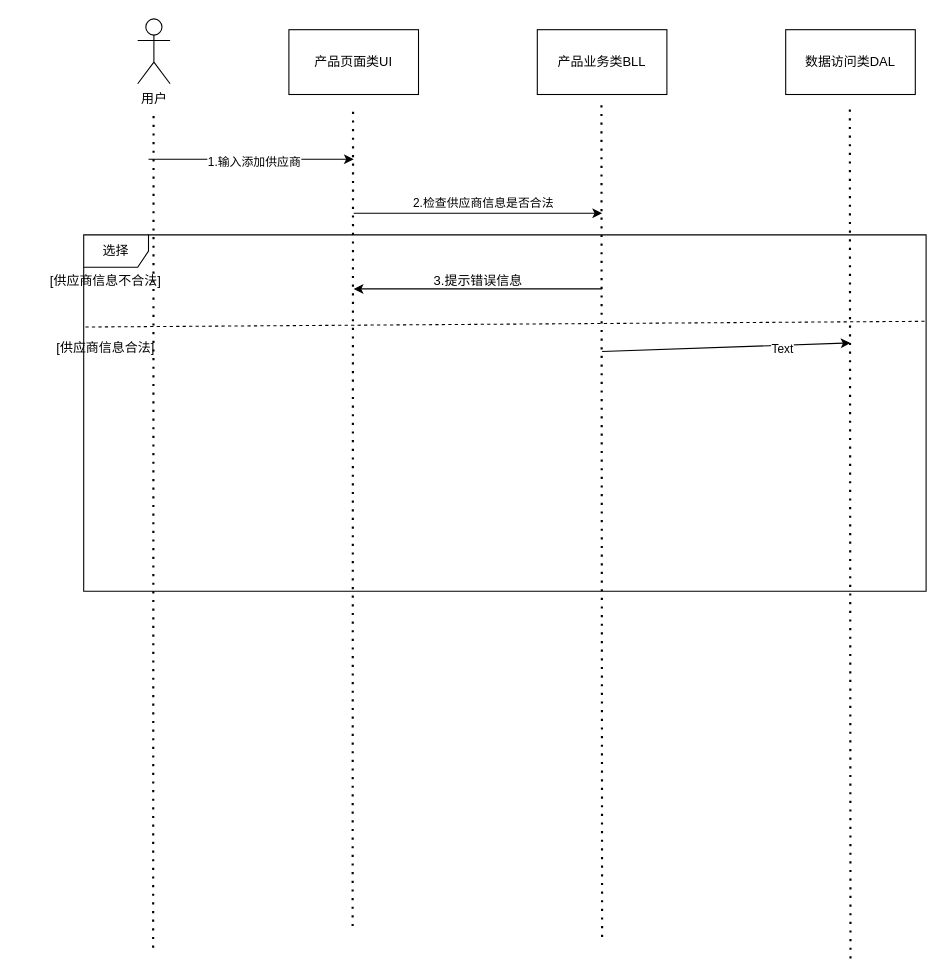
Above: 供应商管理.drawio in Gannju/remote-repo (draw.io), before the change. Source tidied: cells renumbered, new cells numbered last; positions are measured from the earlier drawing's top-left corner, leaving out a move shared by most shapes. Both pictures are drawn from the tidied source at 108%, with x=0, y=0 at pixel (35, 18).
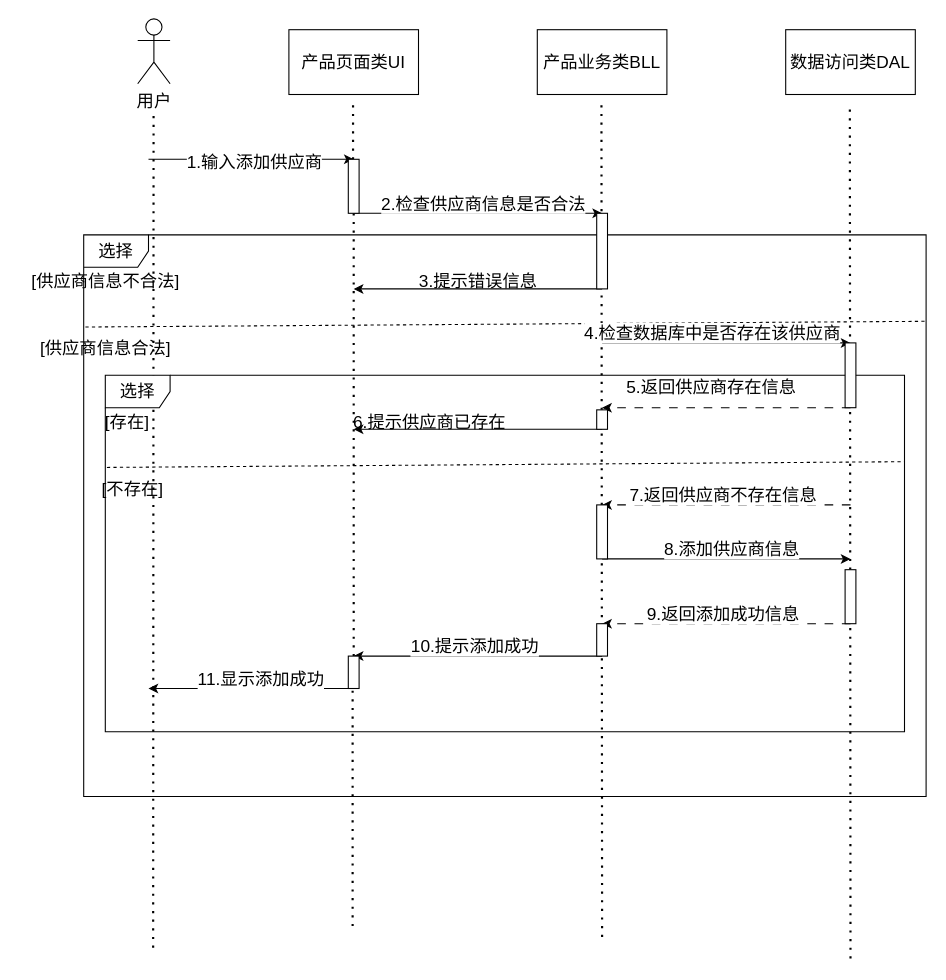
Above is the later version.

Commit message (it also covers changes not shown here):
供应商管理.drawio

Diff of the diagram source:
```diff
@@
-    <mxCell id="2" value="用户" style="shape=umlActor;verticalLabelPosition=bottom;verticalAlign=top;html=1;" parent="1" vertex="1">
+    <mxCell id="2" value="用户" style="shape=umlActor;verticalLabelPosition=bottom;verticalAlign=top;html=1;fontSize=16;" parent="1" vertex="1">
       <mxGeometry x="95" width="30" height="60" as="geometry" />
     </mxCell>
-    <mxCell id="3" value="产品页面类UI" style="rounded=0;whiteSpace=wrap;html=1;" parent="1" vertex="1">
+    <mxCell id="3" value="产品页面类UI" style="rounded=0;whiteSpace=wrap;html=1;fontSize=16;" parent="1" vertex="1">
       <mxGeometry x="235" y="10" width="120" height="60" as="geometry" />
     </mxCell>
-    <mxCell id="4" value="产品业务类BLL" style="rounded=0;whiteSpace=wrap;html=1;" parent="1" vertex="1">
+    <mxCell id="4" value="产品业务类BLL" style="rounded=0;whiteSpace=wrap;html=1;fontSize=16;" parent="1" vertex="1">
       <mxGeometry x="465" y="10" width="120" height="60" as="geometry" />
     </mxCell>
-    <mxCell id="5" value="数据访问类DAL" style="rounded=0;whiteSpace=wrap;html=1;" parent="1" vertex="1">
+    <mxCell id="5" value="数据访问类DAL" style="rounded=0;whiteSpace=wrap;html=1;fontSize=16;" parent="1" vertex="1">
       <mxGeometry x="695" y="10" width="120" height="60" as="geometry" />
     </mxCell>
@@
-    <mxCell id="7" style="endArrow=none;dashed=1;html=1;dashPattern=1 3;strokeWidth=2;rounded=0;" parent="1" edge="1">
+    <mxCell id="7" style="endArrow=none;dashed=1;html=1;dashPattern=1 3;strokeWidth=2;rounded=0;" parent="1" edge="1" source="41">
       <mxGeometry relative="1" as="geometry">
-        <mxPoint x="294" y="840" as="sourcePoint" />
         <mxPoint x="294.4" y="80" as="targetPoint" />
       </mxGeometry>
     </mxCell>
@@
-    <mxCell id="10" style="endArrow=classic;html=1;rounded=0;" parent="1" edge="1">
+    <mxCell id="10" style="endArrow=classic;html=1;rounded=0;fontSize=16;" parent="1" edge="1">
       <mxGeometry relative="1" as="geometry">
         <mxPoint x="105" y="130" as="sourcePoint" />
         <mxPoint x="295" y="130" as="targetPoint" />
       </mxGeometry>
     </mxCell>
-    <mxCell id="11" value="1.输入添加供应商" style="edgeLabel;html=1;align=center;verticalAlign=middle;" parent="10" vertex="1">
+    <mxCell id="11" value="1.输入添加供应商" style="edgeLabel;html=1;align=center;verticalAlign=middle;fontSize=16;" parent="10" vertex="1">
       <mxGeometry x="0.02" y="-2" relative="1" as="geometry" />
     </mxCell>
-    <mxCell id="12" style="endArrow=classic;html=1;rounded=0;" parent="1" edge="1">
+    <mxCell id="12" style="endArrow=classic;html=1;rounded=0;fontSize=16;" parent="1" edge="1">
       <mxGeometry relative="1" as="geometry">
         <mxPoint x="295" y="180" as="sourcePoint" />
         <mxPoint x="525" y="180" as="targetPoint" />
       </mxGeometry>
     </mxCell>
-    <mxCell id="13" value="2.检查供应商信息是否合法" style="edgeLabel;html=1;align=center;verticalAlign=middle;" parent="12" vertex="1">
+    <mxCell id="13" value="2.检查供应商信息是否合法" style="edgeLabel;html=1;align=center;verticalAlign=middle;fontSize=16;" parent="12" vertex="1">
       <mxGeometry x="0.41" y="-4" relative="1" as="geometry">
         <mxPoint x="-43" y="-14" as="offset" />
       </mxGeometry>
     </mxCell>
-    <mxCell id="14" value="选择" style="shape=umlFrame;whiteSpace=wrap;html=1;" parent="1" vertex="1">
-      <mxGeometry x="45" y="200" width="780" height="330" as="geometry" />
+    <mxCell id="14" value="选择" style="shape=umlFrame;whiteSpace=wrap;html=1;shadow=0;fontSize=16;" parent="1" vertex="1">
+      <mxGeometry x="45" y="200" width="780" height="520" as="geometry" />
     </mxCell>
-    <mxCell id="15" style="endArrow=none;dashed=1;html=1;rounded=0;entryX=0.999;entryY=0.326;entryDx=0;entryDy=0;entryPerimeter=0;exitX=0.001;exitY=0.342;exitDx=0;exitDy=0;exitPerimeter=0;" parent="1" edge="1">
+    <mxCell id="15" style="endArrow=none;dashed=1;html=1;rounded=0;entryX=0.999;entryY=0.326;entryDx=0;entryDy=0;entryPerimeter=0;exitX=0.001;exitY=0.342;exitDx=0;exitDy=0;exitPerimeter=0;fontSize=16;" parent="1" edge="1">
       <mxGeometry relative="1" as="geometry">
         <mxPoint x="46.6" y="285.3" as="sourcePoint" />
         <mxPoint x="825" y="280" as="targetPoint" />
       </mxGeometry>
     </mxCell>
-    <mxCell id="16" value="[供应商信息不合法]" style="text;html=1;align=center;verticalAlign=middle;strokeColor=none;fillColor=none;" parent="1" vertex="1">
-      <mxGeometry y="228" width="130" height="30" as="geometry" />
+    <mxCell id="16" value="[供应商信息不合法]" style="text;html=1;align=center;verticalAlign=middle;strokeColor=none;fillColor=none;fontSize=16;" parent="1" vertex="1">
+      <mxGeometry x="-15" y="228" width="160" height="30" as="geometry" />
     </mxCell>
-    <mxCell id="17" value="[供应商信息合法]" style="text;html=1;align=center;verticalAlign=middle;strokeColor=none;fillColor=none;" parent="1" vertex="1">
-      <mxGeometry x="10" y="290" width="110" height="30" as="geometry" />
+    <mxCell id="17" value="[供应商信息合法]" style="text;html=1;align=center;verticalAlign=middle;strokeColor=none;fillColor=none;fontSize=16;" parent="1" vertex="1">
+      <mxGeometry x="-5" y="290" width="140" height="30" as="geometry" />
     </mxCell>
-    <mxCell id="18" value="3.提示错误信息" style="text;html=1;align=center;verticalAlign=middle;strokeColor=none;fillColor=none;" parent="1" vertex="1">
-      <mxGeometry x="355" y="228" width="110" height="30" as="geometry" />
+    <mxCell id="18" value="3.提示错误信息" style="text;html=1;align=center;verticalAlign=middle;strokeColor=none;fillColor=none;fontSize=16;" parent="1" vertex="1">
+      <mxGeometry x="345" y="228" width="130" height="30" as="geometry" />
     </mxCell>
-    <mxCell id="19" style="endArrow=classic;html=1;rounded=0;" parent="1" edge="1">
+    <mxCell id="19" style="endArrow=classic;html=1;rounded=0;fontSize=16;" parent="1" edge="1">
       <mxGeometry relative="1" as="geometry">
-        <mxPoint x="525" y="308" as="sourcePoint" />
+        <mxPoint x="525" y="300" as="sourcePoint" />
         <mxPoint x="755" y="300" as="targetPoint" />
+        <Array as="points">
+          <mxPoint x="625" y="300" />
+        </Array>
       </mxGeometry>
     </mxCell>
-    <mxCell id="20" value="Text" style="edgeLabel;html=1;align=center;verticalAlign=middle;" parent="19" vertex="1">
-      <mxGeometry x="0.44" y="-3" relative="1" as="geometry" />
+    <mxCell id="20" value="4.检查数据库中是否存在该供应商" style="edgeLabel;html=1;align=center;verticalAlign=middle;fontSize=16;" parent="19" vertex="1">
+      <mxGeometry x="0.44" y="-3" relative="1" as="geometry">
+        <mxPoint x="-65" y="-13" as="offset" />
+      </mxGeometry>
     </mxCell>
-    <mxCell id="21" style="endArrow=classic;html=1;rounded=0;" parent="1" edge="1">
+    <mxCell id="21" style="endArrow=classic;html=1;rounded=0;fontSize=16;" parent="1" edge="1">
       <mxGeometry relative="1" as="geometry">
         <mxPoint x="525" y="250" as="sourcePoint" />
         <mxPoint x="295" y="250" as="targetPoint" />
       </mxGeometry>
     </mxCell>
+    <mxCell id="22" value="选择" style="shape=umlFrame;whiteSpace=wrap;html=1;fontSize=16;" parent="1" vertex="1">
+      <mxGeometry x="65" y="330" width="740" height="330" as="geometry" />
+    </mxCell>
+    <mxCell id="23" style="endArrow=none;dashed=1;html=1;rounded=0;entryX=0.999;entryY=0.326;entryDx=0;entryDy=0;entryPerimeter=0;exitX=0.001;exitY=0.342;exitDx=0;exitDy=0;exitPerimeter=0;fontSize=16;" parent="1" edge="1">
+      <mxGeometry relative="1" as="geometry">
+        <mxPoint x="66.5" y="415.3" as="sourcePoint" />
+        <mxPoint x="805" y="410" as="targetPoint" />
+      </mxGeometry>
+    </mxCell>
+    <mxCell id="24" value="[存在]" style="text;html=1;align=center;verticalAlign=middle;strokeColor=none;fillColor=none;fontSize=16;" parent="1" vertex="1">
+      <mxGeometry x="55" y="358" width="60" height="30" as="geometry" />
+    </mxCell>
+    <mxCell id="25" value="[不存在]" style="text;html=1;align=center;verticalAlign=middle;strokeColor=none;fillColor=none;fontSize=16;" parent="1" vertex="1">
+      <mxGeometry x="50" y="420" width="80" height="30" as="geometry" />
+    </mxCell>
+    <mxCell id="26" style="endArrow=classic;html=1;rounded=0;fontSize=16;" parent="1" edge="1">
+      <mxGeometry relative="1" as="geometry">
+        <mxPoint x="525" y="380" as="sourcePoint" />
+        <mxPoint x="295" y="380" as="targetPoint" />
+      </mxGeometry>
+    </mxCell>
+    <mxCell id="27" style="endArrow=classic;html=1;rounded=0;dashed=1;dashPattern=8 8;fontSize=16;" parent="1" edge="1">
+      <mxGeometry relative="1" as="geometry">
+        <mxPoint x="755" y="360" as="sourcePoint" />
+        <mxPoint x="525" y="360" as="targetPoint" />
+      </mxGeometry>
+    </mxCell>
+    <mxCell id="28" value="5.返回供应商存在信息" style="edgeLabel;html=1;align=center;verticalAlign=middle;fontSize=16;" parent="27" vertex="1">
+      <mxGeometry x="0.24" y="-1" relative="1" as="geometry">
+        <mxPoint x="13" y="-19" as="offset" />
+      </mxGeometry>
+    </mxCell>
+    <mxCell id="29" value="6.提示供应商已存在" style="text;html=1;align=center;verticalAlign=middle;strokeColor=none;fillColor=none;fontSize=16;" parent="1" vertex="1">
+      <mxGeometry x="285" y="358" width="160" height="30" as="geometry" />
+    </mxCell>
+    <mxCell id="30" style="endArrow=classic;html=1;rounded=0;fontSize=16;" parent="1" edge="1">
+      <mxGeometry relative="1" as="geometry">
+        <mxPoint x="525" y="500" as="sourcePoint" />
+        <mxPoint x="755" y="500" as="targetPoint" />
+      </mxGeometry>
+    </mxCell>
+    <mxCell id="31" value="8.添加供应商信息" style="edgeLabel;html=1;align=center;verticalAlign=middle;fontSize=16;" parent="30" vertex="1">
+      <mxGeometry x="0.41" y="-4" relative="1" as="geometry">
+        <mxPoint x="-43" y="-14" as="offset" />
+      </mxGeometry>
+    </mxCell>
+    <mxCell id="32" style="endArrow=classic;html=1;rounded=0;dashed=1;dashPattern=8 8;fontSize=16;" parent="1" edge="1">
+      <mxGeometry relative="1" as="geometry">
+        <mxPoint x="755" y="450" as="sourcePoint" />
+        <mxPoint x="525" y="450" as="targetPoint" />
+      </mxGeometry>
+    </mxCell>
+    <mxCell id="33" value="7.返回供应商不存在信息" style="edgeLabel;html=1;align=center;verticalAlign=middle;fontSize=16;" parent="32" vertex="1">
+      <mxGeometry x="0.58" y="3" relative="1" as="geometry">
+        <mxPoint x="63" y="-13" as="offset" />
+      </mxGeometry>
+    </mxCell>
+    <mxCell id="34" style="endArrow=classic;html=1;rounded=0;dashed=1;dashPattern=8 8;fontSize=16;" parent="1" edge="1">
+      <mxGeometry relative="1" as="geometry">
+        <mxPoint x="755" y="560" as="sourcePoint" />
+        <mxPoint x="525" y="560" as="targetPoint" />
+      </mxGeometry>
+    </mxCell>
+    <mxCell id="35" value="9.返回添加成功信息" style="edgeLabel;html=1;align=center;verticalAlign=middle;fontSize=16;" parent="34" vertex="1">
+      <mxGeometry x="0.58" y="3" relative="1" as="geometry">
+        <mxPoint x="63" y="-13" as="offset" />
+      </mxGeometry>
+    </mxCell>
+    <mxCell id="36" style="endArrow=classic;html=1;rounded=0;fontSize=16;" parent="1" edge="1">
+      <mxGeometry relative="1" as="geometry">
+        <mxPoint x="525" y="590" as="sourcePoint" />
+        <mxPoint x="295" y="590" as="targetPoint" />
+      </mxGeometry>
+    </mxCell>
+    <mxCell id="37" value="10.提示添加成功" style="edgeLabel;html=1;align=center;verticalAlign=middle;fontSize=16;" parent="36" vertex="1">
+      <mxGeometry x="0.58" y="3" relative="1" as="geometry">
+        <mxPoint x="63" y="-13" as="offset" />
+      </mxGeometry>
+    </mxCell>
+    <mxCell id="38" style="endArrow=classic;html=1;rounded=0;fontSize=16;" parent="1" edge="1">
+      <mxGeometry relative="1" as="geometry">
+        <mxPoint x="295" y="620" as="sourcePoint" />
+        <mxPoint x="105" y="620" as="targetPoint" />
+      </mxGeometry>
+    </mxCell>
+    <mxCell id="39" value="11.显示添加成功" style="edgeLabel;html=1;align=center;verticalAlign=middle;fontSize=16;" parent="38" vertex="1">
+      <mxGeometry x="0.58" y="3" relative="1" as="geometry">
+        <mxPoint x="63" y="-13" as="offset" />
+      </mxGeometry>
+    </mxCell>
+    <mxCell id="40" style="endArrow=none;dashed=1;html=1;dashPattern=1 3;strokeWidth=2;rounded=0;" parent="1" edge="1" source="49" target="41">
+      <mxGeometry relative="1" as="geometry" />
+    </mxCell>
+    <mxCell id="41" style="html=1;points=[[0,0,0,0,5],[0,1,0,0,-5],[1,0,0,0,5],[1,1,0,0,-5]];perimeter=orthogonalPerimeter;outlineConnect=0;targetShapes=umlLifeline;portConstraint=eastwest;newEdgeStyle={&quot;curved&quot;:0,&quot;rounded&quot;:0};" parent="1" vertex="1">
+      <mxGeometry x="290" y="130" width="10" height="50" as="geometry" />
+    </mxCell>
+    <mxCell id="42" style="html=1;perimeter=orthogonalPerimeter;targetShapes=umlLifeline;newEdgeStyle={&quot;curved&quot;:0,&quot;rounded&quot;:0};" parent="1" vertex="1">
+      <mxGeometry x="520" y="180" width="10" height="70" as="geometry" />
+    </mxCell>
+    <mxCell id="43" style="html=1;perimeter=orthogonalPerimeter;targetShapes=umlLifeline;newEdgeStyle={&quot;curved&quot;:0,&quot;rounded&quot;:0};" parent="1" vertex="1">
+      <mxGeometry x="750" y="300" width="10" height="60" as="geometry" />
+    </mxCell>
+    <mxCell id="44" style="html=1;perimeter=orthogonalPerimeter;targetShapes=umlLifeline;newEdgeStyle={&quot;curved&quot;:0,&quot;rounded&quot;:0};" parent="1" vertex="1">
+      <mxGeometry x="520" y="362" width="10" height="18" as="geometry" />
+    </mxCell>
+    <mxCell id="45" style="html=1;perimeter=orthogonalPerimeter;targetShapes=umlLifeline;newEdgeStyle={&quot;curved&quot;:0,&quot;rounded&quot;:0};" parent="1" vertex="1">
+      <mxGeometry x="520" y="450" width="10" height="50" as="geometry" />
+    </mxCell>
+    <mxCell id="46" style="html=1;perimeter=orthogonalPerimeter;targetShapes=umlLifeline;newEdgeStyle={&quot;curved&quot;:0,&quot;rounded&quot;:0};" parent="1" vertex="1">
+      <mxGeometry x="750" y="510" width="10" height="50" as="geometry" />
+    </mxCell>
+    <mxCell id="47" style="html=1;perimeter=orthogonalPerimeter;targetShapes=umlLifeline;newEdgeStyle={&quot;curved&quot;:0,&quot;rounded&quot;:0};" parent="1" vertex="1">
+      <mxGeometry x="520" y="560" width="10" height="30" as="geometry" />
+    </mxCell>
+    <mxCell id="48" style="endArrow=none;dashed=1;html=1;dashPattern=1 3;strokeWidth=2;rounded=0;" parent="1" edge="1" target="49">
+      <mxGeometry relative="1" as="geometry">
+        <mxPoint x="294" y="840" as="sourcePoint" />
+      </mxGeometry>
+    </mxCell>
+    <mxCell id="49" style="html=1;points=[[0,0,0,0,5],[0,1,0,0,-5],[1,0,0,0,5],[1,1,0,0,-5]];perimeter=orthogonalPerimeter;outlineConnect=0;targetShapes=umlLifeline;portConstraint=eastwest;newEdgeStyle={&quot;curved&quot;:0,&quot;rounded&quot;:0};" parent="1" vertex="1">
+      <mxGeometry x="290" y="590" width="10" height="30" as="geometry" />
+    </mxCell>
```
